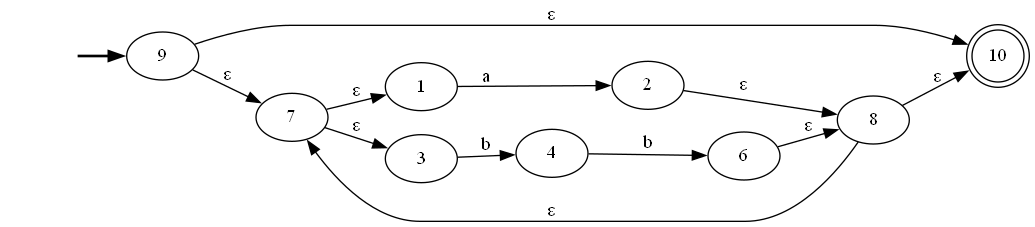
This is Pre-laboratorio A/AFNTest9.gv.png from bar20807/CompiladorProyect, a Graphviz export, as it was before one commit. Its source is kept beside it as Pre-laboratorio A/AFNTest9.gv.
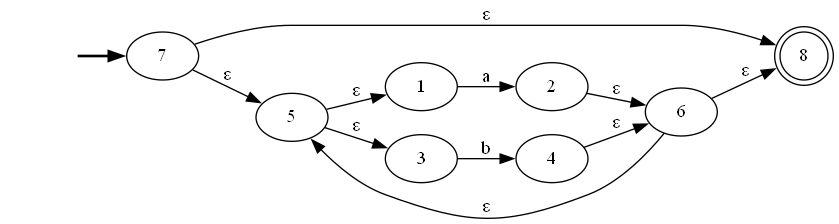
Above is the later version.

Diff of the diagram source:
```diff
@@ -1,18 +1,18 @@
 digraph AFNTest9 {
 	graph [rankdir=LR]
 	fake [style=invisible]
-	fake -> 9 [style=bold]
-	9 [root=true]
-	10 [shape=doublecircle]
-	9 -> 10 [label="ε"]
-	7
-	9 -> 7 [label="ε"]
-	10 [shape=doublecircle]
-	7
+	fake -> 7 [style=bold]
+	7 [root=true]
+	8 [shape=doublecircle]
+	7 -> 8 [label="ε"]
+	5
+	7 -> 5 [label="ε"]
+	8 [shape=doublecircle]
+	5
 	1
-	7 -> 1 [label="ε"]
+	5 -> 1 [label="ε"]
 	3
-	7 -> 3 [label="ε"]
+	5 -> 3 [label="ε"]
 	1
 	2
 	1 -> 2 [label=a]
@@ -20,14 +20,11 @@
 	4
 	3 -> 4 [label=b]
 	2
-	8
-	2 -> 8 [label="ε"]
+	6
+	2 -> 6 [label="ε"]
 	4
-	6
-	4 -> 6 [label=b]
-	8
-	8 -> 10 [label="ε"]
-	8 -> 7 [label="ε"]
+	4 -> 6 [label="ε"]
 	6
 	6 -> 8 [label="ε"]
+	6 -> 5 [label="ε"]
 }
```
